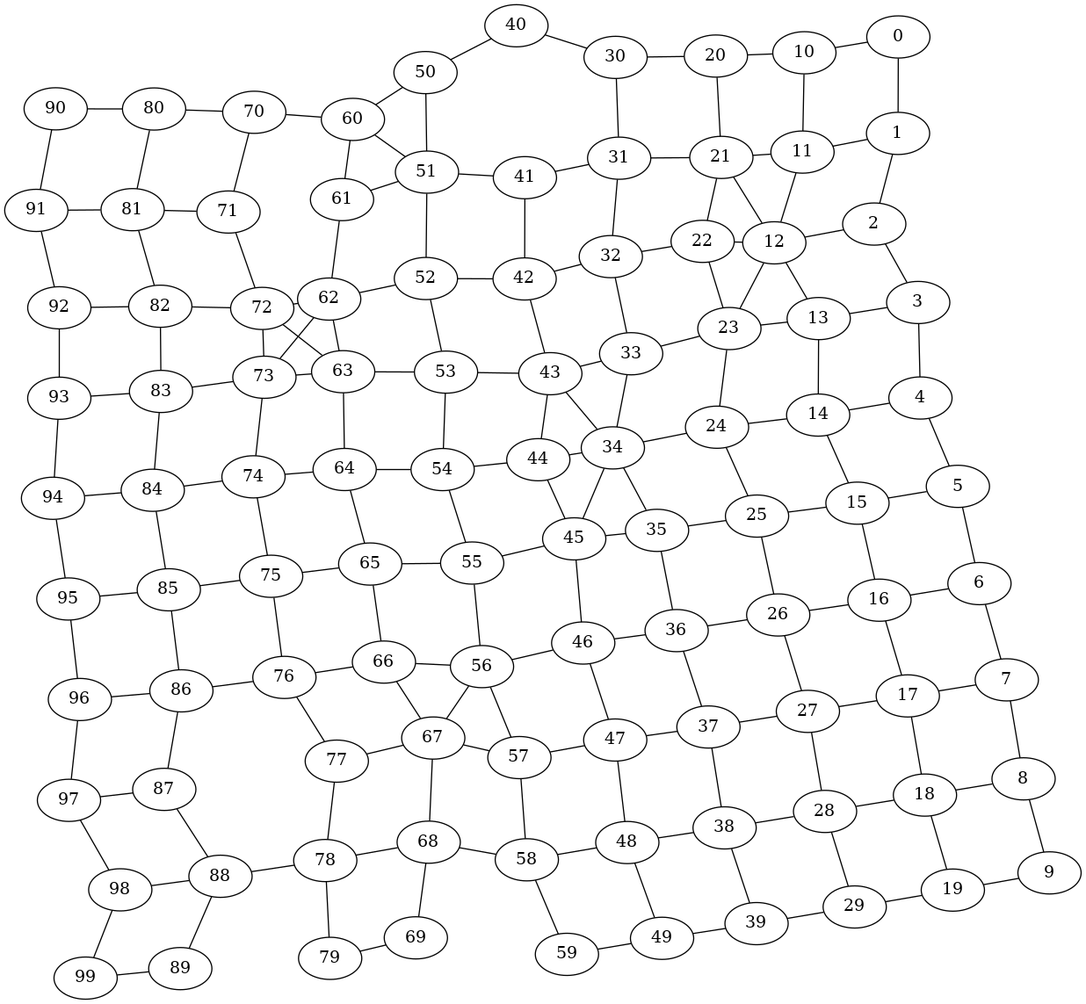
Above: fig/graph.png in lorenzorizzi17/urban_network (Graphviz), before the change. Its source is kept beside it as fig/graph.dot.
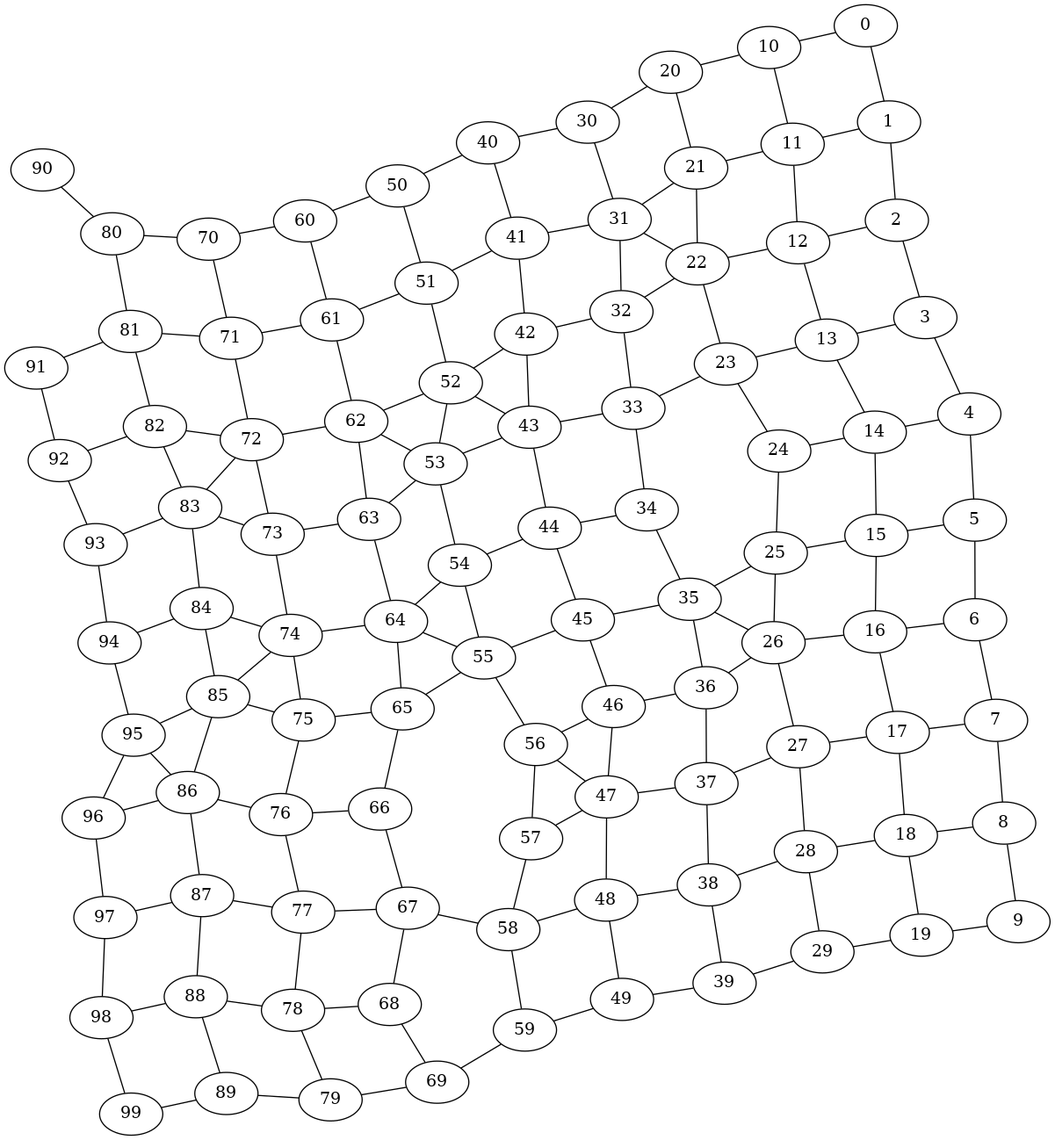
After the commit.

Diff of the diagram source:
```diff
@@ -145,7 +145,6 @@
 22--23 ;
 23--33 ;
 23--24 ;
-24--34 ;
 24--25 ;
 25--35 ;
 25--26 ;
@@ -175,6 +174,7 @@
 38--48 ;
 38--39 ;
 39--49 ;
+40--41 ;
 40--50 ;
 41--51 ;
 41--42 ;
@@ -205,14 +205,13 @@
 54--55 ;
 55--65 ;
 55--56 ;
-56--66 ;
 56--57 ;
-57--67 ;
 57--58 ;
-58--68 ;
 58--59 ;
+59--69 ;
 60--61 ;
 60--70 ;
+61--71 ;
 61--62 ;
 62--72 ;
 62--63 ;
@@ -243,9 +242,11 @@
 75--76 ;
 76--86 ;
 76--77 ;
+77--87 ;
 77--78 ;
 78--88 ;
 78--79 ;
+79--89 ;
 80--81 ;
 80--90 ;
 81--91 ;
@@ -265,7 +266,6 @@
 88--98 ;
 88--89 ;
 89--99 ;
-90--91 ;
 91--92 ;
 92--93 ;
 93--94 ;
@@ -274,12 +274,14 @@
 96--97 ;
 97--98 ;
 98--99 ;
-51--60 ;
-45--34 ;
-23--12 ;
-34--43 ;
-12--21 ;
-62--73 ;
-56--67 ;
-72--63 ;
+26--35 ;
+83--72 ;
+58--67 ;
+31--22 ;
+43--52 ;
+74--85 ;
+47--56 ;
+53--62 ;
+86--95 ;
+64--55 ;
 }
```
